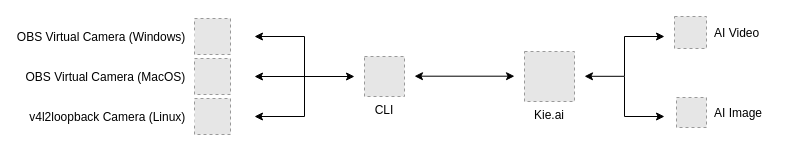
dylanramos/ai-facial-recognition-breaker keeps this draw.io diagram as docs/diagrammes/architecture.drawio. Above is the earlier version. Source tidied: cells renumbered, new cells numbered last; positions are measured from the earlier drawing's top-left corner, leaving out a move shared by most shapes. Both pictures are drawn from the tidied source at 100%, with x=0, y=0 at pixel (194, 16). Pictures stored in the file or linked from it are replaced by grey dashed boxes.
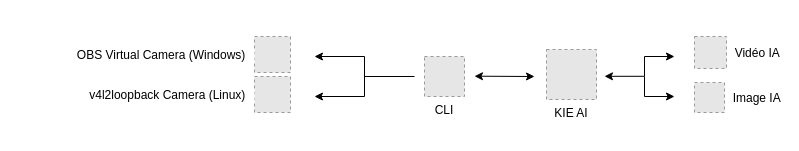
The same diagram, later.

What changed in the source:
```diff
@@
     <mxCell id="2" value="CLI" style="fillColor=#E6E6E6;strokeColor=#999999;dashed=1;verticalLabelPosition=bottom;labelBackgroundColor=default;verticalAlign=top;" parent="1" vertex="1">
-      <mxGeometry x="170" y="40" width="40" height="40" as="geometry" />
+      <mxGeometry x="230" y="40" width="40" height="40" as="geometry" />
     </mxCell>
-    <mxCell id="3" value="Kie.ai" style="fillColor=#E6E6E6;strokeColor=#999999;dashed=1;verticalLabelPosition=bottom;labelBackgroundColor=default;verticalAlign=top;" parent="1" vertex="1">
-      <mxGeometry x="330" y="35" width="50" height="50" as="geometry" />
-    </mxCell>
     <mxCell id="4" value="OBS Virtual Camera (Windows)  " style="fillColor=#E6E6E6;strokeColor=#999999;dashed=1;verticalLabelPosition=middle;labelBackgroundColor=default;verticalAlign=middle;labelPosition=left;align=right;" parent="1" vertex="1">
-      <mxGeometry y="2" width="36" height="36" as="geometry" />
+      <mxGeometry x="60" y="20" width="36" height="36" as="geometry" />
     </mxCell>
-    <mxCell id="5" value="OBS Virtual Camera (MacOS)  " style="fillColor=#E6E6E6;strokeColor=#999999;dashed=1;verticalLabelPosition=middle;labelBackgroundColor=default;verticalAlign=middle;labelPosition=left;align=right;" parent="1" vertex="1">
-      <mxGeometry y="42" width="36" height="36" as="geometry" />
-    </mxCell>
     <mxCell id="6" value="v4l2loopback Camera (Linux)  " style="fillColor=#E6E6E6;strokeColor=#999999;dashed=1;verticalLabelPosition=middle;labelBackgroundColor=default;verticalAlign=middle;labelPosition=left;align=right;" parent="1" vertex="1">
-      <mxGeometry y="82" width="36" height="36" as="geometry" />
+      <mxGeometry x="60" y="60" width="36" height="36" as="geometry" />
     </mxCell>
-    <mxCell id="7" value="  AI Image" style="fillColor=#E6E6E6;strokeColor=#999999;dashed=1;verticalLabelPosition=middle;labelBackgroundColor=default;verticalAlign=middle;labelPosition=right;align=left;" parent="1" vertex="1">
-      <mxGeometry x="482" y="81" width="30" height="30" as="geometry" />
+    <mxCell id="7" value="  Image IA" style="fillColor=#E6E6E6;strokeColor=#999999;dashed=1;verticalLabelPosition=middle;labelBackgroundColor=default;verticalAlign=middle;labelPosition=right;align=left;" parent="1" vertex="1">
+      <mxGeometry x="500" y="66" width="30" height="30" as="geometry" />
     </mxCell>
-    <mxCell id="8" value="  AI Video" style="fillColor=#E6E6E6;strokeColor=#999999;dashed=1;verticalLabelPosition=middle;labelBackgroundColor=default;verticalAlign=middle;labelPosition=right;align=left;" parent="1" vertex="1">
-      <mxGeometry x="480" width="32" height="32" as="geometry" />
+    <mxCell id="8" value="  Vidéo IA" style="fillColor=#E6E6E6;strokeColor=#999999;dashed=1;verticalLabelPosition=middle;labelBackgroundColor=default;verticalAlign=middle;labelPosition=right;align=left;" parent="1" vertex="1">
+      <mxGeometry x="500" y="20" width="32" height="32" as="geometry" />
     </mxCell>
     <mxCell id="9" style="endArrow=none;startArrow=classic;html=1;rounded=0;edgeStyle=orthogonalEdgeStyle;endFill=0;" parent="1" edge="1">
       <mxGeometry relative="1" as="geometry">
-        <mxPoint x="60" y="20" as="sourcePoint" />
-        <mxPoint x="120" y="60" as="targetPoint" />
+        <mxPoint x="120" y="40" as="sourcePoint" />
+        <mxPoint x="180" y="60" as="targetPoint" />
         <Array as="points">
-          <mxPoint x="110" y="20" />
-          <mxPoint x="110" y="60" />
+          <mxPoint x="170" y="40" />
+          <mxPoint x="170" y="60" />
         </Array>
       </mxGeometry>
     </mxCell>
     <mxCell id="10" style="endArrow=none;startArrow=classic;html=1;rounded=0;edgeStyle=orthogonalEdgeStyle;endFill=0;" parent="1" edge="1">
       <mxGeometry relative="1" as="geometry">
-        <mxPoint x="60" y="100" as="sourcePoint" />
-        <mxPoint x="120" y="60" as="targetPoint" />
+        <mxPoint x="120" y="80" as="sourcePoint" />
+        <mxPoint x="180" y="60" as="targetPoint" />
         <Array as="points">
-          <mxPoint x="110" y="100" />
-          <mxPoint x="110" y="60" />
+          <mxPoint x="170" y="80" />
+          <mxPoint x="170" y="60" />
         </Array>
       </mxGeometry>
     </mxCell>
-    <mxCell id="11" style="endArrow=classic;startArrow=classic;html=1;rounded=0;" parent="1" edge="1">
+    <mxCell id="11" style="endArrow=none;startArrow=none;html=1;rounded=0;startFill=0;endFill=0;" parent="1" edge="1">
       <mxGeometry relative="1" as="geometry">
-        <mxPoint x="60" y="60" as="sourcePoint" />
-        <mxPoint x="160" y="60" as="targetPoint" />
+        <mxPoint x="170" y="60" as="sourcePoint" />
+        <mxPoint x="220" y="60" as="targetPoint" />
       </mxGeometry>
     </mxCell>
     <mxCell id="12" style="endArrow=classic;startArrow=classic;html=1;rounded=0;" parent="1" edge="1">
       <mxGeometry relative="1" as="geometry">
-        <mxPoint x="220" y="59.7" as="sourcePoint" />
-        <mxPoint x="320" y="59.7" as="targetPoint" />
+        <mxPoint x="280" y="59.7" as="sourcePoint" />
+        <mxPoint x="340" y="60" as="targetPoint" />
       </mxGeometry>
     </mxCell>
     <mxCell id="13" style="endArrow=classic;startArrow=classic;html=1;rounded=0;edgeStyle=orthogonalEdgeStyle;" parent="1" edge="1">
       <mxGeometry relative="1" as="geometry">
-        <mxPoint x="390" y="59.8" as="sourcePoint" />
-        <mxPoint x="470" y="20" as="targetPoint" />
+        <mxPoint x="410" y="59.8" as="sourcePoint" />
+        <mxPoint x="480" y="40" as="targetPoint" />
         <Array as="points">
-          <mxPoint x="430" y="60" />
-          <mxPoint x="430" y="20" />
+          <mxPoint x="450" y="60" />
+          <mxPoint x="450" y="40" />
         </Array>
       </mxGeometry>
     </mxCell>
     <mxCell id="14" style="endArrow=none;startArrow=classic;html=1;rounded=0;edgeStyle=orthogonalEdgeStyle;endFill=0;" parent="1" edge="1">
       <mxGeometry relative="1" as="geometry">
-        <mxPoint x="470" y="100" as="sourcePoint" />
-        <mxPoint x="430" y="60" as="targetPoint" />
+        <mxPoint x="480" y="80" as="sourcePoint" />
+        <mxPoint x="450" y="60" as="targetPoint" />
         <Array as="points">
-          <mxPoint x="430" y="100" />
+          <mxPoint x="450" y="80" />
         </Array>
       </mxGeometry>
     </mxCell>
+    <mxCell id="15" value="KIE AI" style="fillColor=#E6E6E6;strokeColor=#999999;dashed=1;verticalLabelPosition=bottom;labelBackgroundColor=default;verticalAlign=top;" parent="1" vertex="1">
+      <mxGeometry x="352" y="33" width="50" height="50" as="geometry" />
+    </mxCell>
```
